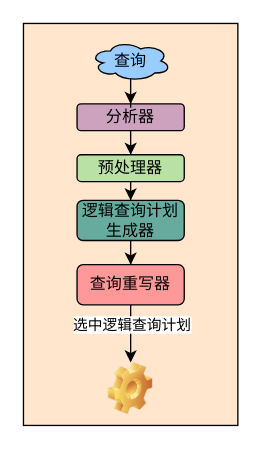
Above: sql_plan.drawio in arlottang/tdh_bit (draw.io), before the change. Source tidied: cells renumbered, new cells numbered last; positions are measured from the earlier drawing's top-left corner, leaving out a move shared by most shapes. Both pictures are drawn from the tidied source at 134%, with x=0, y=0 at pixel (23, 23).
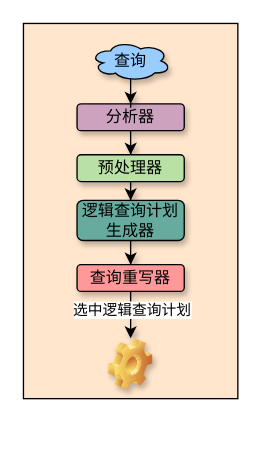
After the change.

What changed in the source:
```diff
@@
 <mxGraphModel>
   <root>
     <mxCell id="0" />
     <mxCell id="1" parent="0" />
     <mxCell id="2" style="rounded=0;whiteSpace=wrap;html=1;fillColor=#FFE6CC;" parent="1" vertex="1">
-      <mxGeometry width="160" height="300" as="geometry" />
+      <mxGeometry width="160" height="280" as="geometry" />
     </mxCell>
-    <mxCell id="3" style="edgeStyle=orthogonalEdgeStyle;rounded=0;jettySize=auto;html=1;" parent="1" edge="1" source="4" target="6">
+    <mxCell id="3" style="edgeStyle=orthogonalEdgeStyle;rounded=0;jettySize=auto;html=1;shadow=1;" parent="1" edge="1" source="4" target="6">
       <mxGeometry relative="1" as="geometry" />
     </mxCell>
-    <mxCell id="4" value="分析器" style="rounded=1;whiteSpace=wrap;html=1;fillColor=#CDA2BE;" parent="1" vertex="1">
+    <mxCell id="4" value="分析器" style="rounded=1;whiteSpace=wrap;html=1;fillColor=#CDA2BE;shadow=1;" parent="1" vertex="1">
       <mxGeometry x="40" y="60" width="80" height="20" as="geometry" />
     </mxCell>
-    <mxCell id="5" style="edgeStyle=orthogonalEdgeStyle;rounded=0;jettySize=auto;html=1;" parent="1" edge="1" source="6" target="8">
+    <mxCell id="5" style="edgeStyle=orthogonalEdgeStyle;rounded=0;jettySize=auto;html=1;shadow=1;" parent="1" edge="1" source="6" target="8">
       <mxGeometry relative="1" as="geometry" />
     </mxCell>
-    <mxCell id="6" value="预处理器" style="rounded=1;whiteSpace=wrap;html=1;fillColor=#B9E0A5;" parent="1" vertex="1">
+    <mxCell id="6" value="预处理器" style="rounded=1;whiteSpace=wrap;html=1;fillColor=#B9E0A5;shadow=1;" parent="1" vertex="1">
       <mxGeometry x="40" y="98" width="80" height="20" as="geometry" />
     </mxCell>
-    <mxCell id="7" style="edgeStyle=orthogonalEdgeStyle;rounded=0;jettySize=auto;html=1;" parent="1" edge="1" source="8" target="11">
+    <mxCell id="7" style="edgeStyle=orthogonalEdgeStyle;rounded=0;jettySize=auto;html=1;shadow=1;" parent="1" edge="1" source="8" target="11">
       <mxGeometry relative="1" as="geometry" />
     </mxCell>
-    <mxCell id="8" value="逻辑查询计划生成器" style="rounded=1;whiteSpace=wrap;html=1;fillColor=#67AB9F;" parent="1" vertex="1">
+    <mxCell id="8" value="逻辑查询计划生成器" style="rounded=1;whiteSpace=wrap;html=1;fillColor=#67AB9F;shadow=1;" parent="1" vertex="1">
       <mxGeometry x="40" y="132" width="80" height="30" as="geometry" />
     </mxCell>
-    <mxCell id="9" style="edgeStyle=orthogonalEdgeStyle;rounded=0;jettySize=auto;html=1;" parent="1" edge="1" source="11" target="14">
+    <mxCell id="9" style="edgeStyle=orthogonalEdgeStyle;rounded=0;jettySize=auto;html=1;shadow=1;" parent="1" edge="1" source="11" target="14">
       <mxGeometry relative="1" as="geometry" />
     </mxCell>
-    <mxCell id="10" value="选中逻辑查询计划" style="edgeLabel;html=1;align=center;verticalAlign=middle;" parent="9" vertex="1">
+    <mxCell id="10" value="选中逻辑查询计划" style="edgeLabel;html=1;align=center;verticalAlign=middle;shadow=1;" parent="9" vertex="1">
       <mxGeometry x="0.21" relative="1" as="geometry">
-        <mxPoint y="-12" as="offset" />
+        <mxPoint y="-4" as="offset" />
       </mxGeometry>
     </mxCell>
-    <mxCell id="11" value="查询重写器" style="rounded=1;whiteSpace=wrap;html=1;fillColor=#FF9999;" parent="1" vertex="1">
-      <mxGeometry x="40" y="180" width="80" height="30" as="geometry" />
+    <mxCell id="11" value="查询重写器" style="rounded=1;whiteSpace=wrap;html=1;fillColor=#FF9999;shadow=1;" parent="1" vertex="1">
+      <mxGeometry x="40" y="180" width="80" height="20" as="geometry" />
     </mxCell>
-    <mxCell id="12" style="edgeStyle=orthogonalEdgeStyle;rounded=0;jettySize=auto;html=1;" parent="1" edge="1" source="13" target="4">
+    <mxCell id="12" style="edgeStyle=orthogonalEdgeStyle;rounded=0;jettySize=auto;html=1;shadow=1;" parent="1" edge="1" source="13" target="4">
       <mxGeometry relative="1" as="geometry" />
     </mxCell>
-    <mxCell id="13" value="查询" style="ellipse;shape=cloud;whiteSpace=wrap;html=1;fillColor=#99CCFF;" parent="1" vertex="1">
+    <mxCell id="13" value="查询" style="ellipse;shape=cloud;whiteSpace=wrap;html=1;fillColor=#99CCFF;shadow=1;" parent="1" vertex="1">
       <mxGeometry x="50" y="13" width="60" height="30" as="geometry" />
     </mxCell>
-    <mxCell id="14" style="shape=image;html=1;verticalLabelPosition=bottom;verticalAlign=top;imageAspect=1;image=img/clipart/Gear_128x128.png;fillColor=#B9E0A5;" parent="1" vertex="1">
-      <mxGeometry x="63.4" y="253" width="33.2" height="39" as="geometry" />
+    <mxCell id="14" style="shape=image;html=1;verticalLabelPosition=bottom;verticalAlign=top;imageAspect=1;image=img/clipart/Gear_128x128.png;fillColor=#B9E0A5;shadow=1;" parent="1" vertex="1">
+      <mxGeometry x="63.4" y="235" width="33.2" height="39" as="geometry" />
     </mxCell>
   </root>
 </mxGraphModel>
```
